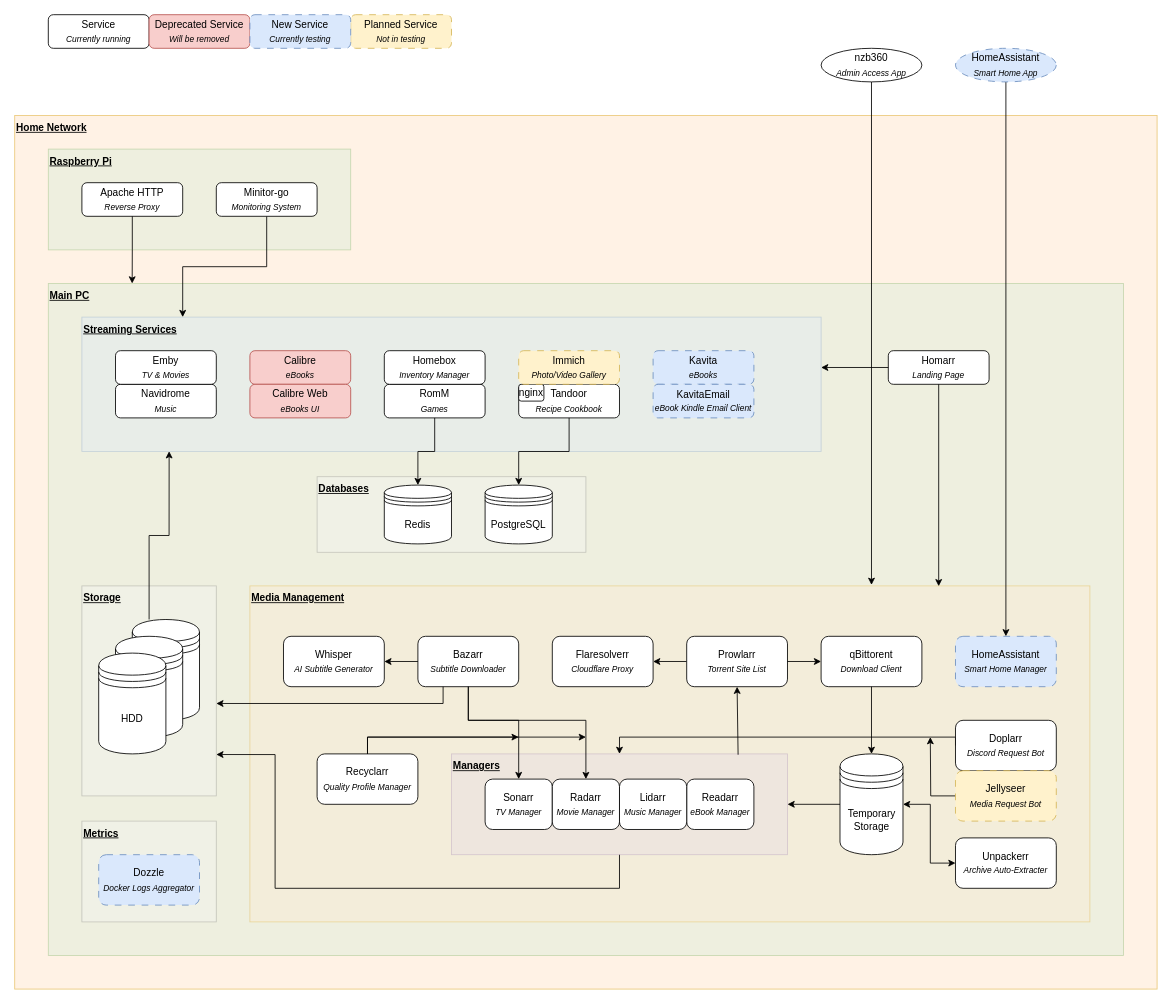
The draw.io diagram doc/home_theatre.drawio in zodac-personal/home_theatre, before the edit. Source tidied: cells renumbered, new cells numbered last; positions are measured from the earlier drawing's top-left corner, leaving out a move shared by most shapes. Both pictures are drawn from the tidied source at 84%, with x=0, y=0 at pixel (14, 14).
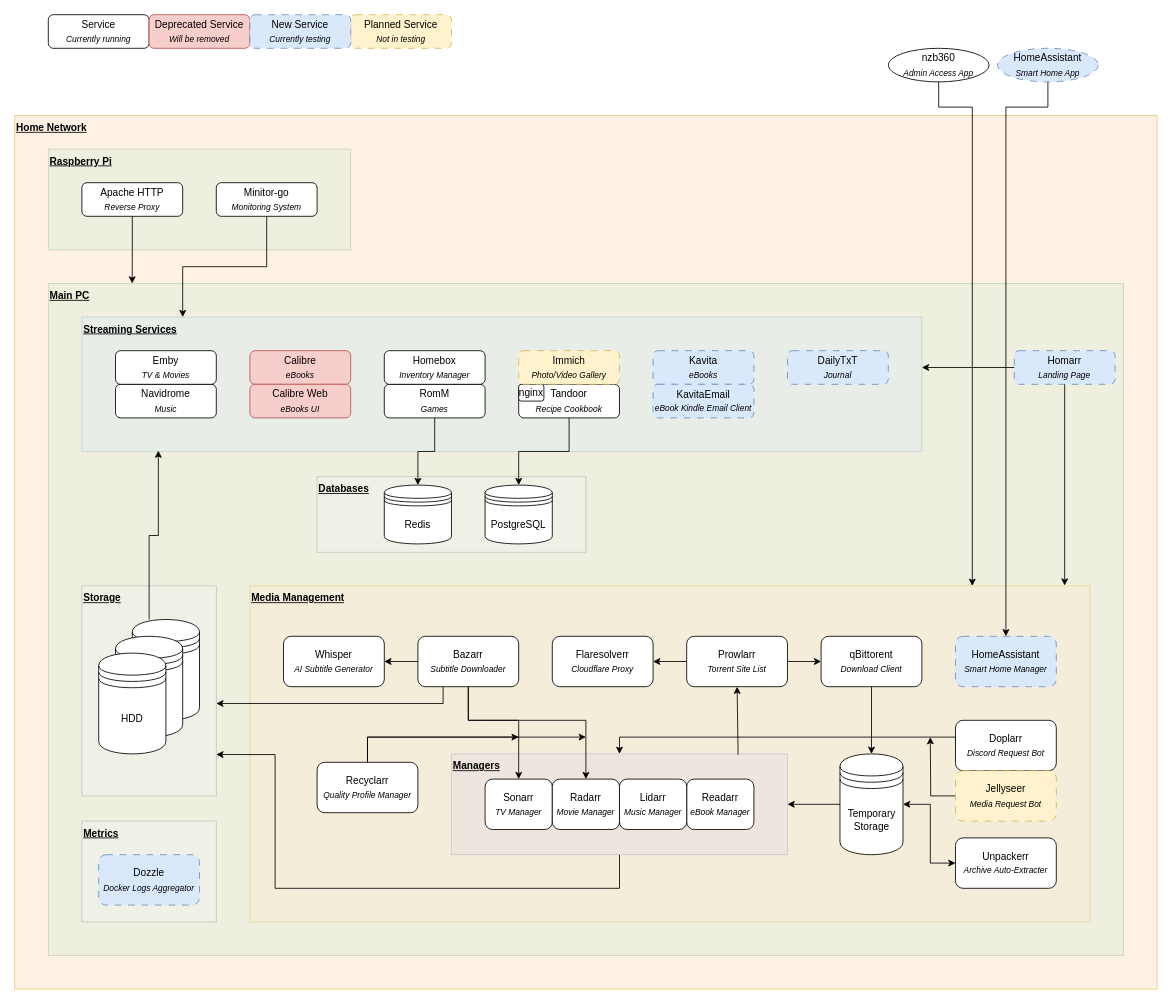
The same diagram, later.

Commit message (it also covers changes not shown here):
Added DailyTxt for daily journal/diary entries

Unchanged cells that the change refers to:
```xml
<mxCell id="7" style="shape=datastore;whiteSpace=wrap;html=1;" parent="1" vertex="1">
  <mxGeometry x="140" y="720" width="80" height="120" as="geometry" />
</mxCell>
<mxCell id="9" style="rounded=0;whiteSpace=wrap;html=1;fillColor=#ffe6cc;strokeColor=#d79b00;opacity=30;" parent="1" vertex="1">
  <mxGeometry x="280" y="680" width="1000" height="400" as="geometry" />
</mxCell>
<mxCell id="50" value="HomeAssistant&lt;br&gt;&lt;i&gt;&lt;sub&gt;Smart Home Manager&lt;/sub&gt;&lt;/i&gt;" style="rounded=1;whiteSpace=wrap;html=1;dashed=1;dashPattern=8 8;fillColor=#dae8fc;strokeColor=#6c8ebf;" parent="1" vertex="1">
  <mxGeometry x="1120" y="740" width="120" height="60" as="geometry" />
</mxCell>
```

What changed in the source:
```diff
@@
-    <mxCell id="6" style="edgeStyle=orthogonalEdgeStyle;rounded=0;jettySize=auto;html=1;exitX=0.25;exitY=0;exitDx=0;exitDy=0;entryX=0.118;entryY=0.998;entryDx=0;entryDy=0;exitPerimeter=0;entryPerimeter=0;" parent="1" edge="1" source="7" target="10">
+    <mxCell id="6" style="edgeStyle=orthogonalEdgeStyle;rounded=0;jettySize=auto;html=1;exitX=0.25;exitY=0;exitDx=0;exitDy=0;entryX=0.091;entryY=0.993;entryDx=0;entryDy=0;exitPerimeter=0;entryPerimeter=0;" parent="1" edge="1" source="7" target="10">
       <mxGeometry relative="1" as="geometry" />
     </mxCell>
@@
     <mxCell id="10" style="rounded=0;whiteSpace=wrap;html=1;fillColor=#dae8fc;strokeColor=#6c8ebf;fillStyle=auto;gradientColor=none;opacity=30;glass=0;" parent="1" vertex="1">
-      <mxGeometry x="80" y="360" width="880" height="160" as="geometry" />
+      <mxGeometry x="80" y="360" width="1000" height="160" as="geometry" />
     </mxCell>
@@
-    <mxCell id="31" value="Homarr&lt;br&gt;&lt;i&gt;&lt;sub&gt;Landing Page&lt;/sub&gt;&lt;/i&gt;" style="rounded=1;whiteSpace=wrap;html=1;" parent="1" vertex="1">
-      <mxGeometry x="1040" y="400" width="120" height="40" as="geometry" />
+    <mxCell id="31" value="Homarr&lt;br&gt;&lt;i&gt;&lt;sub&gt;Landing Page&lt;/sub&gt;&lt;/i&gt;" style="rounded=1;whiteSpace=wrap;html=1;dashed=1;dashPattern=8 8;fillColor=#dae8fc;strokeColor=#6c8ebf;" parent="1" vertex="1">
+      <mxGeometry x="1190" y="400" width="120" height="40" as="geometry" />
     </mxCell>
@@
-    <mxCell id="45" style="edgeStyle=orthogonalEdgeStyle;rounded=0;jettySize=auto;html=1;exitX=0.5;exitY=1;exitDx=0;exitDy=0;entryX=0.74;entryY=-0.003;entryDx=0;entryDy=0;entryPerimeter=0;" parent="1" edge="1" source="47" target="9">
-      <mxGeometry relative="1" as="geometry" />
+    <mxCell id="45" style="edgeStyle=orthogonalEdgeStyle;rounded=0;jettySize=auto;html=1;exitX=0.5;exitY=1;exitDx=0;exitDy=0;" parent="1" edge="1" source="47">
+      <mxGeometry relative="1" as="geometry">
+        <mxPoint x="1140" y="680" as="targetPoint" />
+        <Array as="points">
+          <mxPoint x="1100" y="110" />
+          <mxPoint x="1140" y="110" />
+        </Array>
+      </mxGeometry>
     </mxCell>
@@
     <mxCell id="47" value="nzb360&lt;br&gt;&lt;i&gt;&lt;sub&gt;Admin Access App&lt;/sub&gt;&lt;/i&gt;" style="ellipse;whiteSpace=wrap;html=1;" parent="1" vertex="1">
-      <mxGeometry x="960" y="40" width="120" height="40" as="geometry" />
+      <mxGeometry x="1040" y="40" width="120" height="40" as="geometry" />
     </mxCell>
@@
     <mxCell id="51" style="edgeStyle=orthogonalEdgeStyle;rounded=0;jettySize=auto;html=1;exitX=0.5;exitY=1;exitDx=0;exitDy=0;entryX=0.5;entryY=0;entryDx=0;entryDy=0;" parent="1" edge="1" source="52" target="50">
-      <mxGeometry relative="1" as="geometry" />
+      <mxGeometry relative="1" as="geometry">
+        <Array as="points">
+          <mxPoint x="1230" y="110" />
+          <mxPoint x="1180" y="110" />
+        </Array>
+      </mxGeometry>
     </mxCell>
     <mxCell id="52" value="HomeAssistant&lt;br&gt;&lt;i&gt;&lt;sub&gt;Smart Home App&lt;/sub&gt;&lt;/i&gt;" style="ellipse;whiteSpace=wrap;html=1;dashed=1;dashPattern=8 8;fillColor=#dae8fc;strokeColor=#6c8ebf;" parent="1" vertex="1">
-      <mxGeometry x="1120" y="40" width="120" height="40" as="geometry" />
+      <mxGeometry x="1170" y="40" width="120" height="40" as="geometry" />
     </mxCell>
@@
     <mxCell id="72" value="Recyclarr&lt;br&gt;&lt;i&gt;&lt;sub&gt;Quality Profile Manager&lt;/sub&gt;&lt;/i&gt;" style="rounded=1;whiteSpace=wrap;html=1;" parent="1" vertex="1">
-      <mxGeometry x="360" y="880" width="120" height="60" as="geometry" />
+      <mxGeometry x="360" y="890" width="120" height="60" as="geometry" />
     </mxCell>
@@
-    <mxCell id="75" style="edgeStyle=orthogonalEdgeStyle;rounded=0;jettySize=auto;html=1;exitX=0.5;exitY=1;exitDx=0;exitDy=0;entryX=0.82;entryY=0.001;entryDx=0;entryDy=0;entryPerimeter=0;" parent="1" edge="1" source="31" target="9">
+    <mxCell id="75" style="edgeStyle=orthogonalEdgeStyle;rounded=0;jettySize=auto;html=1;exitX=0.5;exitY=1;exitDx=0;exitDy=0;entryX=0.97;entryY=-0.001;entryDx=0;entryDy=0;entryPerimeter=0;" parent="1" edge="1" source="31" target="9">
       <mxGeometry relative="1" as="geometry" />
     </mxCell>
@@
+    <mxCell id="85" value="DailyTxT&lt;br&gt;&lt;sub&gt;&lt;i&gt;Journal&lt;/i&gt;&lt;/sub&gt;" style="rounded=1;whiteSpace=wrap;html=1;dashed=1;dashPattern=8 8;fillColor=#dae8fc;strokeColor=#6c8ebf;" parent="1" vertex="1">
+      <mxGeometry x="920" y="400" width="120" height="40" as="geometry" />
+    </mxCell>
```
